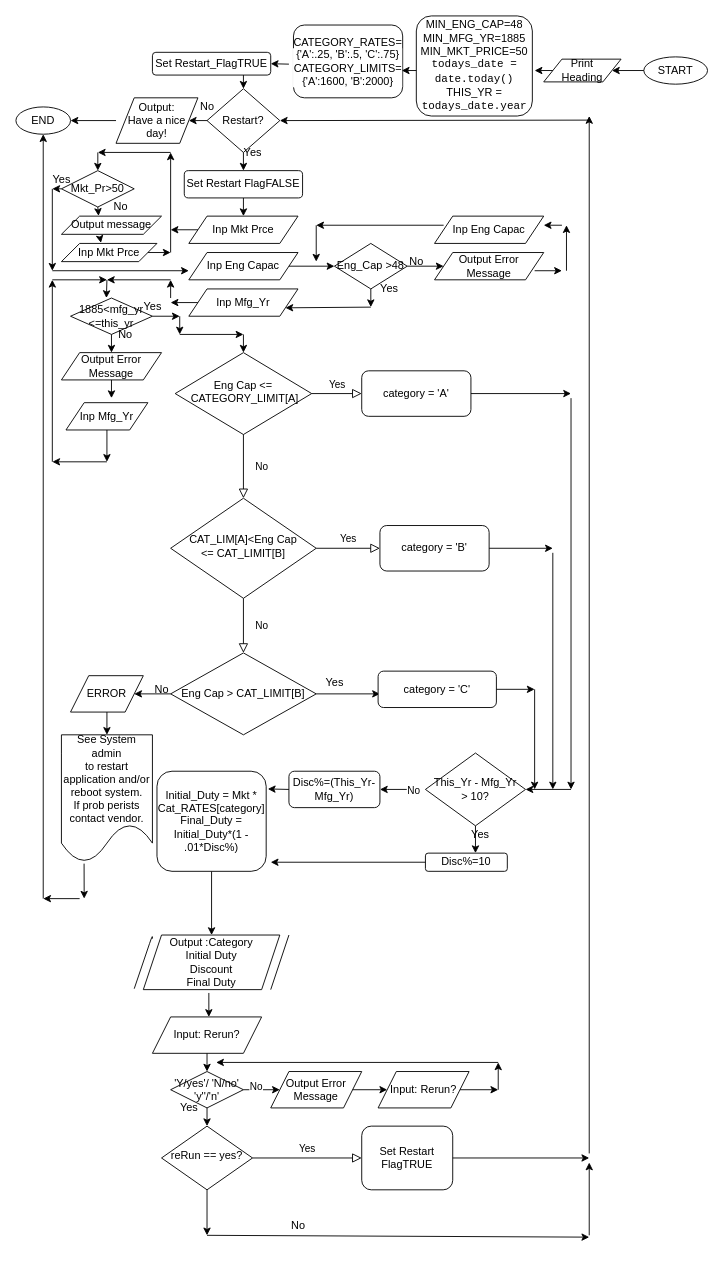
john-itcsolutions/Elastos keeps this draw.io diagram as Untitled Diagram.drawio. Above is the earlier version. Source tidied: cells renumbered, new cells numbered last; positions are measured from the earlier drawing's top-left corner, leaving out a move shared by most shapes. Both pictures are drawn from the tidied source at 91%, with x=0, y=0 at pixel (15, 15).
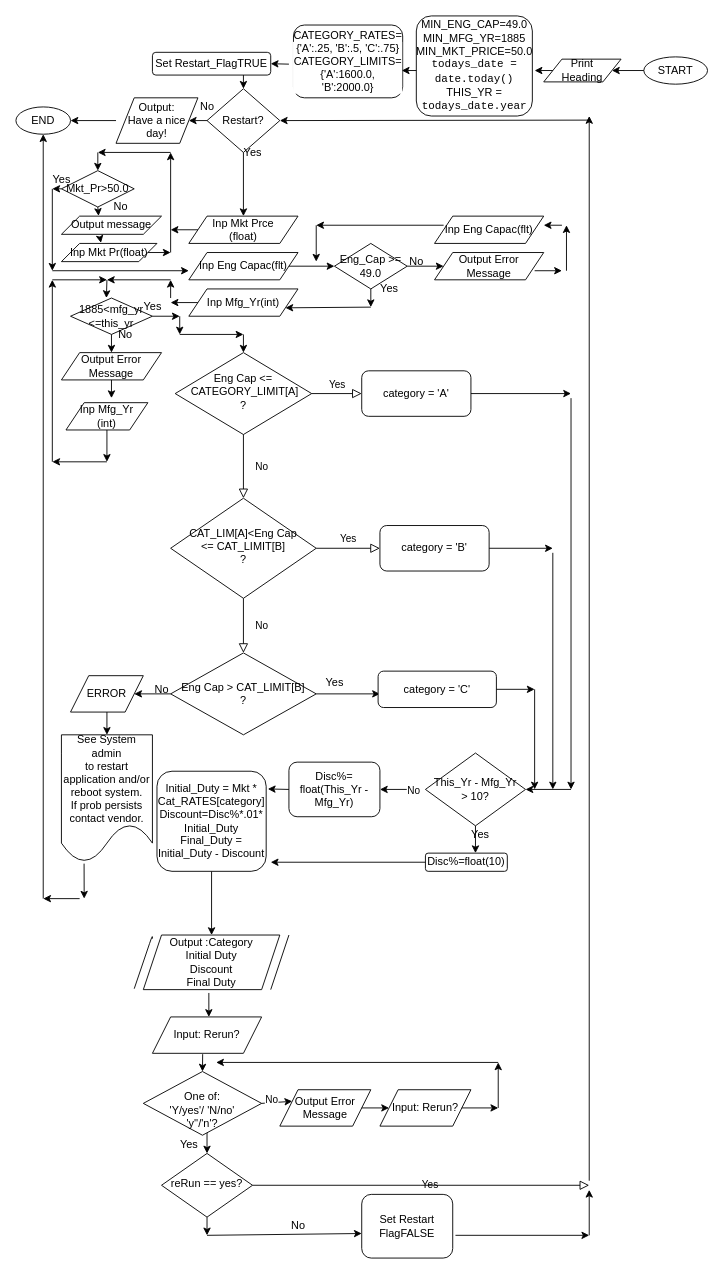
Above is the later version.

The change refers to these unchanged cells:
```xml
<mxCell id="40" value="Input: Rerun?" style="shape=parallelogram;perimeter=parallelogramPerimeter;whiteSpace=wrap;html=1;fixedSize=1;" parent="1" vertex="1">
  <mxGeometry x="150" y="1100" width="120" height="40" as="geometry" />
</mxCell>
<mxCell id="54" value="Restart?" style="rhombus;whiteSpace=wrap;html=1;" parent="1" vertex="1">
  <mxGeometry x="210" y="80" width="80" height="70" as="geometry" />
</mxCell>
```

What changed in the source:
```diff
@@
-    <mxCell id="3" value="&lt;div&gt;Eng Cap &amp;lt;=&lt;/div&gt;&amp;nbsp;CATEGORY_LIMIT[A]" style="rhombus;whiteSpace=wrap;html=1;shadow=0;fontFamily=Helvetica;fontSize=12;align=center;strokeWidth=1;spacing=6;spacingTop=-4;" parent="1" vertex="1">
+    <mxCell id="3" value="&lt;div&gt;Eng Cap &amp;lt;=&lt;/div&gt;&lt;div&gt;&amp;nbsp;CATEGORY_LIMIT[A]&lt;/div&gt;&lt;div&gt;?&lt;br&gt;&lt;/div&gt;" style="rhombus;whiteSpace=wrap;html=1;shadow=0;fontFamily=Helvetica;fontSize=12;align=center;strokeWidth=1;spacing=6;spacingTop=-4;" parent="1" vertex="1">
       <mxGeometry x="175" y="370" width="150" height="90" as="geometry" />
     </mxCell>
@@
-    <mxCell id="6" value="&lt;div&gt;CAT_LIM[A]&amp;lt;Eng Cap&lt;br&gt;&lt;/div&gt;&lt;div&gt;&amp;lt;= CAT_LIMIT[B]&lt;br&gt;&lt;/div&gt;" style="rhombus;whiteSpace=wrap;html=1;shadow=0;fontFamily=Helvetica;fontSize=12;align=center;strokeWidth=1;spacing=6;spacingTop=-4;" parent="1" vertex="1">
+    <mxCell id="6" value="&lt;div&gt;CAT_LIM[A]&amp;lt;Eng Cap&lt;br&gt;&lt;/div&gt;&lt;div&gt;&amp;lt;= CAT_LIMIT[B]&lt;br&gt;&lt;/div&gt;&lt;div&gt;?&lt;br&gt;&lt;/div&gt;" style="rhombus;whiteSpace=wrap;html=1;shadow=0;fontFamily=Helvetica;fontSize=12;align=center;strokeWidth=1;spacing=6;spacingTop=-4;" parent="1" vertex="1">
       <mxGeometry x="170" y="530" width="160" height="110" as="geometry" />
     </mxCell>
     <mxCell id="7" value="reRun == yes?" style="rhombus;whiteSpace=wrap;html=1;shadow=0;fontFamily=Helvetica;fontSize=12;align=center;strokeWidth=1;spacing=6;spacingTop=-4;" parent="1" vertex="1">
-      <mxGeometry x="160" y="1220" width="100" height="70" as="geometry" />
+      <mxGeometry x="160" y="1250" width="100" height="70" as="geometry" />
     </mxCell>
@@
-    <mxCell id="9" value="Inp Mkt Prce" style="shape=parallelogram;perimeter=parallelogramPerimeter;whiteSpace=wrap;html=1;fixedSize=1;" parent="1" vertex="1">
+    <mxCell id="9" value="&lt;div&gt;Inp Mkt Prce&lt;/div&gt;&lt;div&gt;(float)&lt;br&gt;&lt;/div&gt;" style="shape=parallelogram;perimeter=parallelogramPerimeter;whiteSpace=wrap;html=1;fixedSize=1;" parent="1" vertex="1">
       <mxGeometry x="190" y="220" width="120" height="30" as="geometry" />
     </mxCell>
-    <mxCell id="10" value="Inp Eng Capac" style="shape=parallelogram;perimeter=parallelogramPerimeter;whiteSpace=wrap;html=1;fixedSize=1;" parent="1" vertex="1">
+    <mxCell id="10" value="&lt;div&gt;Inp Eng Capac(flt)&lt;/div&gt;" style="shape=parallelogram;perimeter=parallelogramPerimeter;whiteSpace=wrap;html=1;fixedSize=1;" parent="1" vertex="1">
       <mxGeometry x="190" y="260" width="120" height="30" as="geometry" />
     </mxCell>
@@
     <mxCell id="13" style="endArrow=classic;html=1;" parent="1" edge="1">
       <mxGeometry relative="1" as="geometry">
-        <mxPoint x="630" y="1250" as="sourcePoint" />
+        <mxPoint x="630" y="1280" as="sourcePoint" />
         <mxPoint x="630" y="110" as="targetPoint" />
       </mxGeometry>
     </mxCell>
-    <mxCell id="14" value="Yes" style="edgeStyle=orthogonalEdgeStyle;rounded=0;html=1;jettySize=auto;fontSize=11;endArrow=block;endFill=0;endSize=8;strokeWidth=1;shadow=0;labelBackgroundColor=none;exitX=1;exitY=0.5;exitDx=0;exitDy=0;entryX=0;entryY=0.5;entryDx=0;entryDy=0;" parent="1" edge="1" source="7" target="17">
-      <mxGeometry y="10" relative="1" as="geometry" />
+    <mxCell id="14" value="Yes" style="edgeStyle=orthogonalEdgeStyle;rounded=0;html=1;jettySize=auto;fontSize=11;endArrow=block;endFill=0;endSize=8;strokeWidth=1;shadow=0;labelBackgroundColor=none;exitX=1;exitY=0.5;exitDx=0;exitDy=0;" parent="1" edge="1" source="7">
+      <mxGeometry y="10" relative="1" as="geometry">
+        <mxPoint x="630" y="1285" as="targetPoint" />
+      </mxGeometry>
     </mxCell>
@@
-    <mxCell id="16" value="Inp Mfg_Yr" style="shape=parallelogram;perimeter=parallelogramPerimeter;whiteSpace=wrap;html=1;fixedSize=1;" parent="1" vertex="1">
+    <mxCell id="16" value="Inp Mfg_Yr(int)" style="shape=parallelogram;perimeter=parallelogramPerimeter;whiteSpace=wrap;html=1;fixedSize=1;" parent="1" vertex="1">
       <mxGeometry x="190" y="300" width="120" height="30" as="geometry" />
     </mxCell>
-    <mxCell id="17" value="&lt;div&gt;Set Restart FlagTRUE&lt;/div&gt;" style="rounded=1;whiteSpace=wrap;html=1;" parent="1" vertex="1">
-      <mxGeometry x="380" y="1220" width="100" height="70" as="geometry" />
+    <mxCell id="17" value="&lt;div&gt;Set Restart FlagFALSE&lt;/div&gt;" style="rounded=1;whiteSpace=wrap;html=1;" parent="1" vertex="1">
+      <mxGeometry x="380" y="1295" width="100" height="70" as="geometry" />
     </mxCell>
@@
-    <mxCell id="22" style="endArrow=classic;html=1;entryX=0.5;entryY=0;entryDx=0;entryDy=0;" parent="1" edge="1" source="52" target="9">
-      <mxGeometry relative="1" as="geometry" />
-    </mxCell>
-    <mxCell id="23" value="Eng Cap &amp;gt; CAT_LIMIT[B]" style="rhombus;whiteSpace=wrap;html=1;" parent="1" vertex="1">
+    <mxCell id="23" value="&lt;div&gt;Eng Cap &amp;gt; CAT_LIMIT[B]&lt;/div&gt;&lt;div&gt;?&lt;br&gt;&lt;/div&gt;" style="rhombus;whiteSpace=wrap;html=1;" parent="1" vertex="1">
       <mxGeometry x="170" y="700" width="160" height="90" as="geometry" />
     </mxCell>
@@
-    <mxCell id="45" value="Disc%=(This_Yr-Mfg_Yr)" style="rounded=1;whiteSpace=wrap;html=1;" parent="1" vertex="1">
-      <mxGeometry x="300" y="830" width="100" height="40" as="geometry" />
+    <mxCell id="45" value="&lt;div&gt;Disc%=&lt;/div&gt;&lt;div&gt;float(This_Yr - Mfg_Yr)&lt;/div&gt;" style="rounded=1;whiteSpace=wrap;html=1;" parent="1" vertex="1">
+      <mxGeometry x="300" y="820" width="100" height="60" as="geometry" />
     </mxCell>
-    <mxCell id="46" value="Disc%=10" style="rounded=1;whiteSpace=wrap;html=1;" parent="1" vertex="1">
+    <mxCell id="46" value="Disc%=float(10)" style="rounded=1;whiteSpace=wrap;html=1;" parent="1" vertex="1">
       <mxGeometry x="450" y="920" width="90" height="20" as="geometry" />
     </mxCell>
-    <mxCell id="47" value="&lt;div&gt;&lt;div&gt;&lt;div&gt;Initial_Duty = Mkt * &lt;br&gt;&lt;/div&gt;&lt;div&gt;Cat_RATES[category]&lt;/div&gt;&lt;/div&gt;&lt;/div&gt;&lt;div&gt;Final_Duty = Initial_Duty*(1 - .01*Disc%)&lt;/div&gt;" style="rounded=1;whiteSpace=wrap;html=1;" parent="1" vertex="1">
+    <mxCell id="47" value="&lt;div&gt;&lt;div&gt;&lt;div&gt;Initial_Duty = Mkt * &lt;br&gt;&lt;/div&gt;&lt;div&gt;Cat_RATES[category]&lt;/div&gt;&lt;div&gt;Discount=Disc%*.01*&lt;/div&gt;&lt;div&gt;Initial_Duty&lt;br&gt;&lt;/div&gt;&lt;/div&gt;&lt;/div&gt;&lt;div&gt;Final_Duty = Initial_Duty - Discount&lt;/div&gt;" style="rounded=1;whiteSpace=wrap;html=1;" parent="1" vertex="1">
       <mxGeometry x="155" y="830" width="120" height="110" as="geometry" />
     </mxCell>
@@
-    <mxCell id="51" style="endArrow=classic;html=1;exitX=1;exitY=0.5;exitDx=0;exitDy=0;" parent="1" edge="1" source="17">
+    <mxCell id="51" style="endArrow=classic;html=1;" parent="1" edge="1">
       <mxGeometry relative="1" as="geometry">
-        <mxPoint x="630" y="1255" as="targetPoint" />
+        <mxPoint x="483" y="1340" as="sourcePoint" />
+        <mxPoint x="630" y="1340" as="targetPoint" />
       </mxGeometry>
     </mxCell>
-    <mxCell id="52" value="Set Restart FlagFALSE" style="rounded=1;whiteSpace=wrap;html=1;" parent="1" vertex="1">
-      <mxGeometry x="185" y="170" width="130" height="30" as="geometry" />
-    </mxCell>
-    <mxCell id="53" style="endArrow=classic;html=1;entryX=0.5;entryY=0;entryDx=0;entryDy=0;" parent="1" edge="1" source="54" target="52">
+    <mxCell id="53" style="endArrow=classic;html=1;entryX=0.5;entryY=0;entryDx=0;entryDy=0;" parent="1" edge="1" source="54" target="9">
       <mxGeometry relative="1" as="geometry" />
     </mxCell>
@@
     <mxCell id="61" style="endArrow=classic;html=1;" parent="1" edge="1">
       <mxGeometry relative="1" as="geometry">
         <mxPoint x="210" y="1340" as="sourcePoint" />
-        <mxPoint x="630" y="1342" as="targetPoint" />
+        <mxPoint x="380" y="1338" as="targetPoint" />
       </mxGeometry>
     </mxCell>
     <mxCell id="62" style="endArrow=classic;html=1;" parent="1" edge="1">
       <mxGeometry relative="1" as="geometry">
         <mxPoint x="630" y="1340" as="sourcePoint" />
-        <mxPoint x="630" y="1260" as="targetPoint" />
+        <mxPoint x="630" y="1290" as="targetPoint" />
       </mxGeometry>
     </mxCell>
@@
-    <mxCell id="69" value="&lt;div&gt;'Y/yes'/ 'N/no'&lt;/div&gt;'y''/'n'" style="rhombus;whiteSpace=wrap;html=1;" parent="1" vertex="1">
-      <mxGeometry x="170" y="1160" width="80" height="40" as="geometry" />
+    <mxCell id="69" value="&lt;div&gt;&lt;br&gt;&lt;/div&gt;&lt;div&gt;One of:&lt;br&gt;&lt;/div&gt;&lt;div&gt;'Y/yes'/ 'N/no'&lt;/div&gt;'y''/'n'?" style="rhombus;whiteSpace=wrap;html=1;" parent="1" vertex="1">
+      <mxGeometry x="140" y="1160" width="130" height="70" as="geometry" />
     </mxCell>
-    <mxCell id="70" style="endArrow=classic;html=1;exitX=0.5;exitY=1;exitDx=0;exitDy=0;" parent="1" edge="1" source="69">
-      <mxGeometry relative="1" as="geometry">
-        <mxPoint x="210" y="1220" as="targetPoint" />
-      </mxGeometry>
-    </mxCell>
-    <mxCell id="71" style="endArrow=classic;html=1;exitX=0.5;exitY=1;exitDx=0;exitDy=0;entryX=0.5;entryY=0;entryDx=0;entryDy=0;" parent="1" edge="1" source="40" target="69">
+    <mxCell id="71" style="endArrow=classic;html=1;exitX=0.46;exitY=1.023;exitDx=0;exitDy=0;entryX=0.5;entryY=0;entryDx=0;entryDy=0;exitPerimeter=0;" parent="1" edge="1" source="40" target="69">
       <mxGeometry relative="1" as="geometry" />
     </mxCell>
-    <mxCell id="72" style="endArrow=classic;html=1;exitX=1;exitY=0.5;exitDx=0;exitDy=0;" parent="1" edge="1" source="69">
-      <mxGeometry relative="1" as="geometry">
-        <mxPoint x="290" y="1180" as="targetPoint" />
-      </mxGeometry>
+    <mxCell id="72" style="endArrow=classic;html=1;exitX=1;exitY=0.5;exitDx=0;exitDy=0;entryX=0;entryY=0.25;entryDx=0;entryDy=0;" parent="1" edge="1" source="69" target="74">
+      <mxGeometry relative="1" as="geometry" />
     </mxCell>
@@
     <mxCell id="74" value="&lt;div&gt;Output Error&lt;/div&gt;&lt;div&gt;Message&lt;br&gt;&lt;/div&gt;" style="shape=parallelogram;perimeter=parallelogramPerimeter;whiteSpace=wrap;html=1;fixedSize=1;" parent="1" vertex="1">
-      <mxGeometry x="280" y="1160" width="100" height="40" as="geometry" />
+      <mxGeometry x="290" y="1180" width="100" height="40" as="geometry" />
     </mxCell>
     <mxCell id="75" value="Input: Rerun?" style="shape=parallelogram;perimeter=parallelogramPerimeter;whiteSpace=wrap;html=1;fixedSize=1;" parent="1" vertex="1">
-      <mxGeometry x="398" y="1160" width="100" height="40" as="geometry" />
+      <mxGeometry x="400" y="1180" width="100" height="40" as="geometry" />
     </mxCell>
@@
     <mxCell id="77" style="endArrow=classic;html=1;exitX=1;exitY=0.5;exitDx=0;exitDy=0;" parent="1" edge="1" source="75">
       <mxGeometry relative="1" as="geometry">
-        <mxPoint x="530" y="1180" as="targetPoint" />
+        <mxPoint x="530" y="1200" as="targetPoint" />
       </mxGeometry>
     </mxCell>
     <mxCell id="78" style="endArrow=classic;html=1;" parent="1" edge="1">
       <mxGeometry relative="1" as="geometry">
-        <mxPoint x="530" y="1180" as="sourcePoint" />
+        <mxPoint x="530" y="1200" as="sourcePoint" />
         <mxPoint x="530" y="1150" as="targetPoint" />
       </mxGeometry>
     </mxCell>
@@
     <mxCell id="80" value="Yes" style="text;html=1;align=center;verticalAlign=middle;" parent="1" vertex="1">
-      <mxGeometry x="170" y="1190" width="40" height="20" as="geometry" />
+      <mxGeometry x="170" y="1230" width="40" height="20" as="geometry" />
     </mxCell>
-    <mxCell id="81" value="Mkt_Pr&amp;gt;50" style="rhombus;whiteSpace=wrap;html=1;" parent="1" vertex="1">
+    <mxCell id="81" value="Mkt_Pr&amp;gt;50.0" style="rhombus;whiteSpace=wrap;html=1;" parent="1" vertex="1">
       <mxGeometry x="50" y="170" width="80" height="40" as="geometry" />
     </mxCell>
@@
-    <mxCell id="86" value="Inp Mkt Prce" style="shape=parallelogram;perimeter=parallelogramPerimeter;whiteSpace=wrap;html=1;fixedSize=1;" parent="1" vertex="1">
+    <mxCell id="86" value="Inp Mkt Pr(float)" style="shape=parallelogram;perimeter=parallelogramPerimeter;whiteSpace=wrap;html=1;fixedSize=1;" parent="1" vertex="1">
       <mxGeometry x="50" y="250" width="105" height="20" as="geometry" />
     </mxCell>
@@
-    <mxCell id="93" value="Eng_Cap &amp;gt;48" style="rhombus;whiteSpace=wrap;html=1;" parent="1" vertex="1">
+    <mxCell id="93" value="Eng_Cap &amp;gt;= 49.0" style="rhombus;whiteSpace=wrap;html=1;" parent="1" vertex="1">
       <mxGeometry x="350" y="250" width="80" height="50" as="geometry" />
     </mxCell>
@@
-    <mxCell id="99" value="Inp Eng Capac" style="shape=parallelogram;perimeter=parallelogramPerimeter;whiteSpace=wrap;html=1;fixedSize=1;" parent="1" vertex="1">
+    <mxCell id="99" value="Inp Eng Capac(flt)" style="shape=parallelogram;perimeter=parallelogramPerimeter;whiteSpace=wrap;html=1;fixedSize=1;" parent="1" vertex="1">
       <mxGeometry x="460" y="220" width="120" height="30" as="geometry" />
     </mxCell>
@@
-    <mxCell id="124" value="Inp Mfg_Yr" style="shape=parallelogram;perimeter=parallelogramPerimeter;whiteSpace=wrap;html=1;fixedSize=1;" parent="1" vertex="1">
+    <mxCell id="124" value="&lt;div&gt;Inp Mfg_Yr&lt;/div&gt;&lt;div&gt;(int)&lt;br&gt;&lt;/div&gt;" style="shape=parallelogram;perimeter=parallelogramPerimeter;whiteSpace=wrap;html=1;fixedSize=1;" parent="1" vertex="1">
       <mxGeometry x="55" y="425" width="90" height="30" as="geometry" />
     </mxCell>
@@
-    <mxCell id="129" value="&lt;div&gt;See System admin&lt;/div&gt;&lt;div&gt;to restart application and/or reboot system.&lt;/div&gt;&lt;div&gt;If prob perists contact vendor.&lt;br&gt;&lt;/div&gt;" style="shape=document;whiteSpace=wrap;html=1;boundedLbl=1;" parent="1" vertex="1">
+    <mxCell id="129" value="&lt;div&gt;See System admin&lt;/div&gt;&lt;div&gt;to restart application and/or reboot system.&lt;/div&gt;&lt;div&gt;If prob persists contact vendor.&lt;br&gt;&lt;/div&gt;" style="shape=document;whiteSpace=wrap;html=1;boundedLbl=1;" parent="1" vertex="1">
       <mxGeometry x="50" y="790" width="100" height="140" as="geometry" />
     </mxCell>
@@
-    <mxCell id="134" value="&lt;span style=&quot;font-size: 9.000000pt ; font-family: &amp;#34;arialmt&amp;#34;&quot;&gt;CATEGORY_RATES=&lt;/span&gt;&lt;br&gt;&lt;div class=&quot;page&quot; title=&quot;Page 1&quot;&gt;&lt;div class=&quot;section&quot; style=&quot;background-color: rgb(100.000000% , 100.000000% , 100.000000%)&quot;&gt;&lt;div class=&quot;layoutArea&quot;&gt;&lt;div class=&quot;column&quot;&gt;&lt;span style=&quot;font-size: 9.000000pt ; font-family: &amp;#34;arialmt&amp;#34;&quot;&gt;&lt;/span&gt;&lt;span style=&quot;font-size: 9.000000pt ; font-family: &amp;#34;arialmt&amp;#34;&quot;&gt;{'A':.25, 'B':.5, 'C':.75}&lt;/span&gt;&lt;/div&gt;&lt;div class=&quot;column&quot;&gt;&lt;span style=&quot;font-size: 9.000000pt ; font-family: &amp;#34;arialmt&amp;#34;&quot;&gt;&lt;/span&gt;CATEGORY_LIMITS={'A':1600, 'B':2000}&lt;br&gt;&lt;/div&gt;&lt;/div&gt;&lt;/div&gt;&lt;/div&gt;" style="rounded=1;whiteSpace=wrap;html=1;" parent="1" vertex="1">
+    <mxCell id="134" value="&lt;span style=&quot;font-size: 9.000000pt ; font-family: &amp;#34;arialmt&amp;#34;&quot;&gt;CATEGORY_RATES=&lt;/span&gt;&lt;br&gt;&lt;div class=&quot;page&quot; title=&quot;Page 1&quot;&gt;&lt;div class=&quot;section&quot; style=&quot;background-color: rgb(100.000000% , 100.000000% , 100.000000%)&quot;&gt;&lt;div class=&quot;layoutArea&quot;&gt;&lt;div class=&quot;column&quot;&gt;&lt;span style=&quot;font-size: 9.000000pt ; font-family: &amp;#34;arialmt&amp;#34;&quot;&gt;&lt;/span&gt;&lt;span style=&quot;font-size: 9.000000pt ; font-family: &amp;#34;arialmt&amp;#34;&quot;&gt;{'A':.25, 'B':.5, 'C':.75}&lt;/span&gt;&lt;/div&gt;&lt;div class=&quot;column&quot;&gt;&lt;span style=&quot;font-size: 9.000000pt ; font-family: &amp;#34;arialmt&amp;#34;&quot;&gt;&lt;/span&gt;CATEGORY_LIMITS={'A':1600.0, 'B':2000.0}&lt;br&gt;&lt;/div&gt;&lt;/div&gt;&lt;/div&gt;&lt;/div&gt;" style="rounded=1;whiteSpace=wrap;html=1;" parent="1" vertex="1">
       <mxGeometry x="305" y="10" width="120" height="80" as="geometry" />
     </mxCell>
@@
-    <mxCell id="136" value="&lt;div&gt;MIN_ENG_CAP=48&lt;/div&gt;&lt;div&gt;MIN_MFG_YR=1885&lt;/div&gt;&lt;div&gt;MIN_MKT_PRICE=50&lt;/div&gt;&lt;div&gt;&lt;div class=&quot;line number5 index4 alt2&quot;&gt;&lt;code class=&quot;plain&quot;&gt;todays_date &lt;/code&gt;&lt;code class=&quot;keyword&quot;&gt;=&lt;/code&gt; &lt;code class=&quot;plain&quot;&gt;date.today() &lt;/code&gt;&lt;/div&gt;&lt;/div&gt;&lt;div&gt;THIS_YR =&lt;code class=&quot;plain&quot;&gt;&lt;br&gt;&lt;/code&gt;&lt;/div&gt;&lt;div&gt;&lt;code class=&quot;plain&quot;&gt;todays_date.year&lt;/code&gt;&lt;/div&gt;" style="rounded=1;whiteSpace=wrap;html=1;" parent="1" vertex="1">
+    <mxCell id="136" value="&lt;div&gt;MIN_ENG_CAP=49.0&lt;/div&gt;&lt;div&gt;MIN_MFG_YR=1885&lt;/div&gt;&lt;div&gt;MIN_MKT_PRICE=50.0&lt;/div&gt;&lt;div&gt;&lt;div class=&quot;line number5 index4 alt2&quot;&gt;&lt;code class=&quot;plain&quot;&gt;todays_date &lt;/code&gt;&lt;code class=&quot;keyword&quot;&gt;=&lt;/code&gt; &lt;code class=&quot;plain&quot;&gt;date.today() &lt;/code&gt;&lt;/div&gt;&lt;/div&gt;&lt;div&gt;THIS_YR =&lt;code class=&quot;plain&quot;&gt;&lt;br&gt;&lt;/code&gt;&lt;/div&gt;&lt;div&gt;&lt;code class=&quot;plain&quot;&gt;todays_date.year&lt;/code&gt;&lt;/div&gt;" style="rounded=1;whiteSpace=wrap;html=1;" parent="1" vertex="1">
       <mxGeometry x="440" width="127.5" height="110" as="geometry" />
     </mxCell>
```
